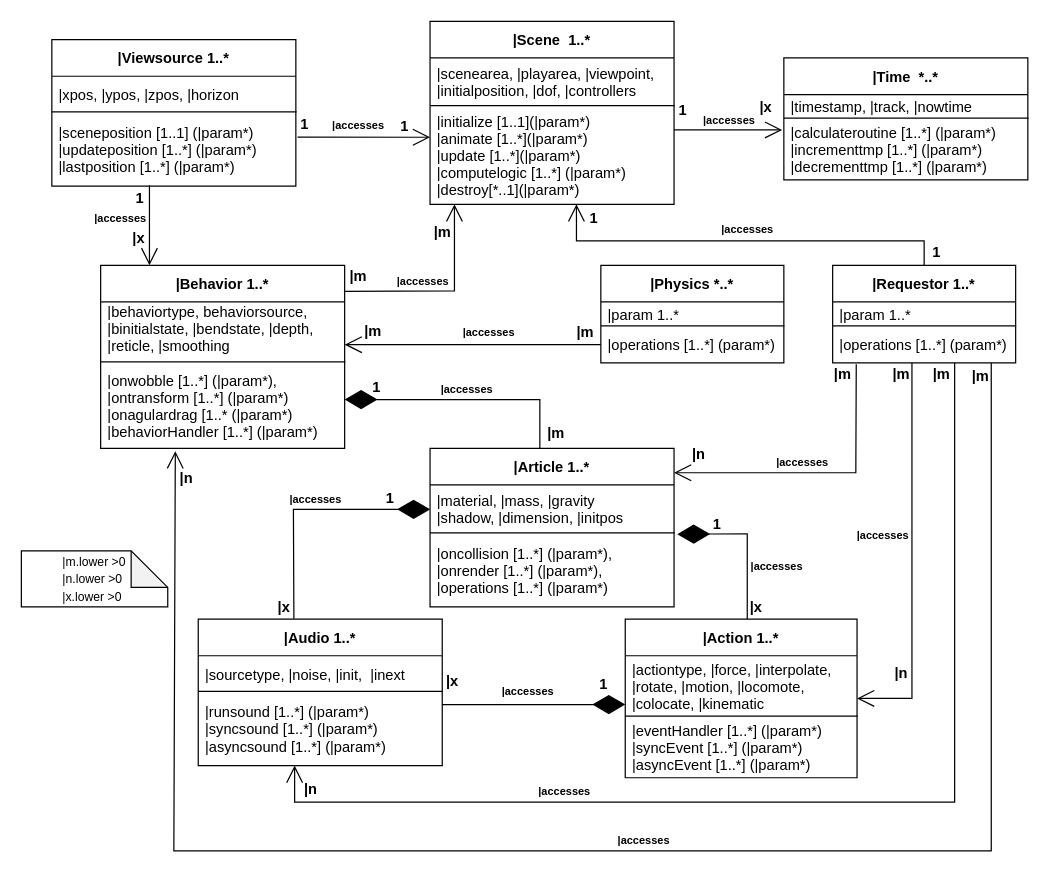
This is final.drawio from sai11101989/vrsemantics, a draw.io file, before an edit. Source tidied: cells renumbered, new cells numbered last; positions are measured from the earlier drawing's top-left corner, leaving out a move shared by most shapes. Both pictures are drawn from the tidied source at 122%, with x=0, y=0 at pixel (21, 21).
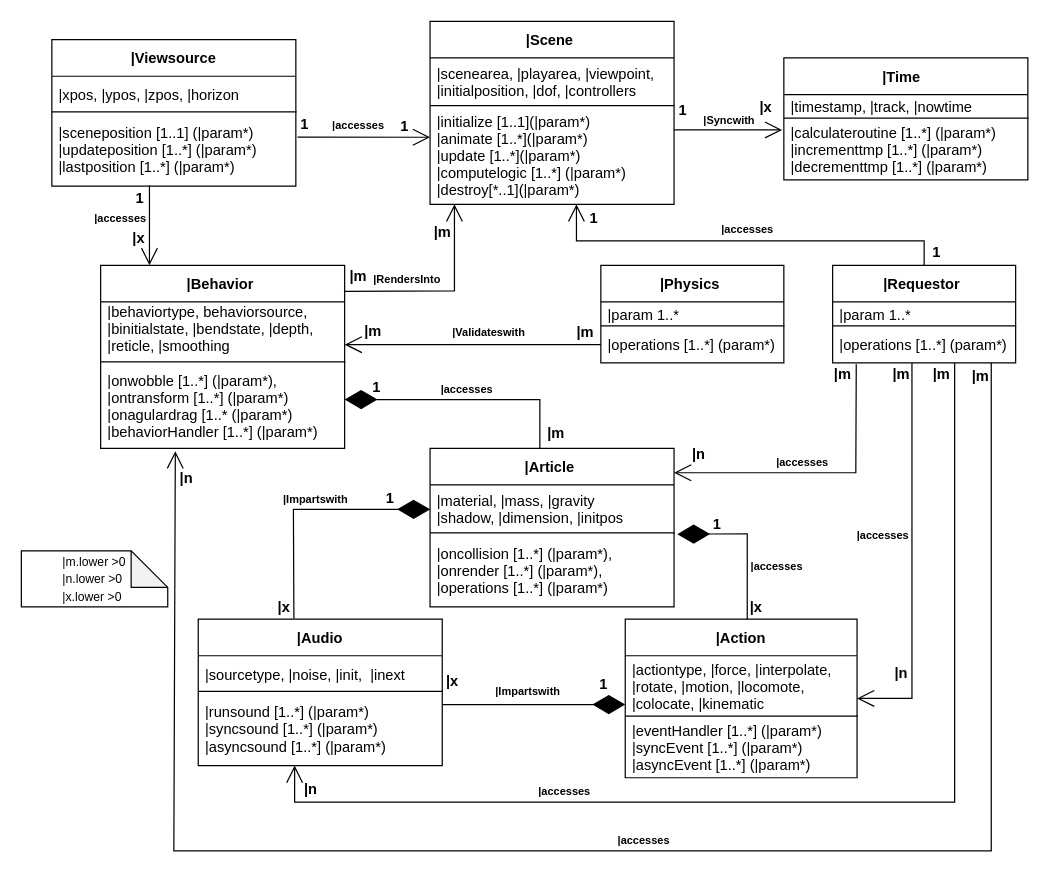
Above is the later version.

What changed in the source:
```diff
@@
-    <mxCell id="2" value="|Scene  1..*" style="swimlane;fontStyle=1;horizontal=1;startSize=30;" parent="1" vertex="1">
+    <mxCell id="2" value="|Scene " style="swimlane;fontStyle=1;horizontal=1;startSize=30;" parent="1" vertex="1">
       <mxGeometry x="335" width="200" height="150" as="geometry" />
     </mxCell>
@@
-    <mxCell id="6" value="|Viewsource 1..*" style="swimlane;fontStyle=1;horizontal=1;startSize=30;" parent="1" vertex="1">
+    <mxCell id="6" value="|Viewsource" style="swimlane;fontStyle=1;horizontal=1;startSize=30;" parent="1" vertex="1">
       <mxGeometry x="25" y="15" width="200" height="120" as="geometry" />
     </mxCell>
@@
-    <mxCell id="10" value="|Time  *..*" style="swimlane;fontStyle=1;horizontal=1;startSize=30;" parent="1" vertex="1">
+    <mxCell id="10" value="|Time  " style="swimlane;fontStyle=1;horizontal=1;startSize=30;" parent="1" vertex="1">
       <mxGeometry x="625" y="30" width="200" height="100" as="geometry" />
     </mxCell>
@@
-    <mxCell id="20" value="|Behavior 1..*" style="swimlane;fontStyle=1;horizontal=1;startSize=30;" parent="1" vertex="1">
+    <mxCell id="20" value="|Behavior " style="swimlane;fontStyle=1;horizontal=1;startSize=30;" parent="1" vertex="1">
       <mxGeometry x="65" y="200" width="200" height="150" as="geometry" />
     </mxCell>
@@
-    <mxCell id="24" value="|Physics *..*" style="swimlane;fontStyle=1;horizontal=1;startSize=30;" parent="1" vertex="1">
+    <mxCell id="24" value="|Physics " style="swimlane;fontStyle=1;horizontal=1;startSize=30;" parent="1" vertex="1">
       <mxGeometry x="475" y="200" width="150" height="80" as="geometry" />
     </mxCell>
@@
-    <mxCell id="39" value="|Requestor 1..*" style="swimlane;fontStyle=1;horizontal=1;startSize=30;" parent="1" vertex="1">
+    <mxCell id="39" value="|Requestor " style="swimlane;fontStyle=1;horizontal=1;startSize=30;" parent="1" vertex="1">
       <mxGeometry x="665" y="200" width="150" height="80" as="geometry" />
     </mxCell>
@@
-    <mxCell id="47" value="|Article 1..*" style="swimlane;fontStyle=1;horizontal=1;startSize=30;" parent="1" vertex="1">
+    <mxCell id="47" value="|Article " style="swimlane;fontStyle=1;horizontal=1;startSize=30;" parent="1" vertex="1">
       <mxGeometry x="335" y="350" width="200" height="130" as="geometry" />
     </mxCell>
@@
-    <mxCell id="51" value="|Audio 1..*" style="swimlane;fontStyle=1;horizontal=1;startSize=30;" parent="1" vertex="1">
+    <mxCell id="51" value="|Audio" style="swimlane;fontStyle=1;horizontal=1;startSize=30;" parent="1" vertex="1">
       <mxGeometry x="145" y="490" width="200" height="120" as="geometry" />
     </mxCell>
@@
-    <mxCell id="55" value="|Action 1..*" style="swimlane;fontStyle=1;horizontal=1;startSize=30;" parent="1" vertex="1">
+    <mxCell id="55" value="|Action" style="swimlane;fontStyle=1;horizontal=1;startSize=30;" parent="1" vertex="1">
       <mxGeometry x="495" y="490" width="190" height="130" as="geometry" />
     </mxCell>
@@
-    <mxCell id="63" value="&lt;font style=&quot;font-size: 9px;&quot;&gt;|accesses&lt;/font&gt;" style="text;html=1;align=center;verticalAlign=middle;strokeColor=none;fillColor=none;fontStyle=1;" parent="1" vertex="1">
+    <mxCell id="63" value="&lt;font style=&quot;font-size: 9px;&quot;&gt;|Syncwith&lt;/font&gt;" style="text;html=1;align=center;verticalAlign=middle;strokeColor=none;fillColor=none;fontStyle=1;" parent="1" vertex="1">
       <mxGeometry x="545" y="66" width="70" height="30" as="geometry" />
     </mxCell>
-    <mxCell id="64" value="&lt;font style=&quot;font-size: 9px;&quot;&gt;|accesses&lt;/font&gt;" style="text;html=1;align=center;verticalAlign=middle;strokeColor=none;fillColor=none;fontStyle=1;" parent="1" vertex="1">
-      <mxGeometry x="348" y="239" width="70" height="30" as="geometry" />
+    <mxCell id="64" value="&lt;font style=&quot;font-size: 9px;&quot;&gt;|Validateswith&lt;/font&gt;" style="text;html=1;align=center;verticalAlign=middle;strokeColor=none;fillColor=none;fontStyle=1;" parent="1" vertex="1">
+      <mxGeometry x="343" y="239" width="80" height="30" as="geometry" />
     </mxCell>
@@
-    <mxCell id="73" value="&lt;font style=&quot;font-size: 9px;&quot;&gt;|accesses&lt;/font&gt;" style="text;html=1;align=center;verticalAlign=middle;strokeColor=none;fillColor=none;fontStyle=1;" parent="1" vertex="1">
-      <mxGeometry x="206" y="376" width="70" height="30" as="geometry" />
+    <mxCell id="73" value="&lt;font style=&quot;font-size: 9px;&quot;&gt;|Impartswith&lt;/font&gt;" style="text;html=1;align=center;verticalAlign=middle;strokeColor=none;fillColor=none;fontStyle=1;" parent="1" vertex="1">
+      <mxGeometry x="201" y="376" width="80" height="30" as="geometry" />
     </mxCell>
-    <mxCell id="74" value="&lt;font style=&quot;font-size: 9px;&quot;&gt;|accesses&lt;/font&gt;" style="text;html=1;align=center;verticalAlign=middle;strokeColor=none;fillColor=none;fontStyle=1;" parent="1" vertex="1">
-      <mxGeometry x="380" y="534" width="70" height="30" as="geometry" />
+    <mxCell id="74" value="&lt;font style=&quot;font-size: 9px;&quot;&gt;|Impartswith&lt;/font&gt;" style="text;html=1;align=center;verticalAlign=middle;strokeColor=none;fillColor=none;fontStyle=1;" parent="1" vertex="1">
+      <mxGeometry x="375" y="534" width="80" height="30" as="geometry" />
     </mxCell>
@@
-    <mxCell id="94" value="&lt;font style=&quot;font-size: 9px;&quot;&gt;|accesses&lt;/font&gt;" style="text;html=1;align=center;verticalAlign=middle;strokeColor=none;fillColor=none;fontStyle=1;" parent="1" vertex="1">
-      <mxGeometry x="294" y="198" width="70" height="30" as="geometry" />
+    <mxCell id="94" value="&lt;font style=&quot;font-size: 9px;&quot;&gt;|RendersInto&lt;/font&gt;" style="text;html=1;align=center;verticalAlign=middle;strokeColor=none;fillColor=none;fontStyle=1;" parent="1" vertex="1">
+      <mxGeometry x="276" y="196" width="80" height="30" as="geometry" />
     </mxCell>
```
